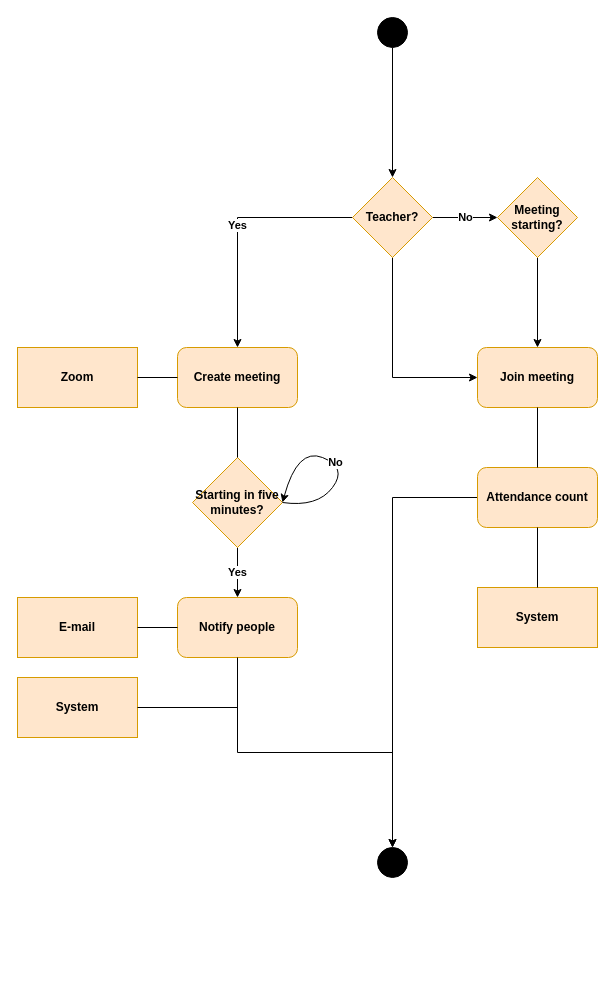
Earlier version of the draw.io diagram page "Activity 1.3" (15 of 21) of Diagrams.drawio (shirrsho/E-shcool). Source tidied: cells renumbered, new cells numbered last; positions are measured from the earlier drawing's top-left corner, leaving out a move shared by most shapes. Both pictures are drawn from the tidied source at 100%, with x=0, y=0 at pixel (17, 17).
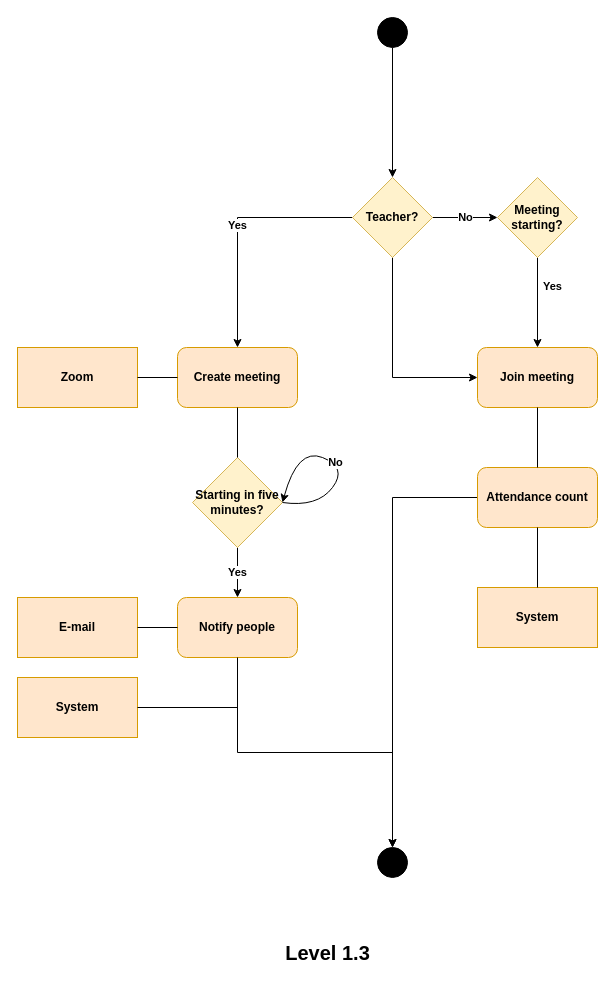
After the change.

The edit, as a diff of the source:
```diff
@@
-    <mxCell id="7" value="Teacher?" style="rhombus;whiteSpace=wrap;html=1;fontStyle=1;fillColor=#ffe6cc;strokeColor=#d79b00;" parent="1" vertex="1">
+    <mxCell id="7" value="Teacher?" style="rhombus;whiteSpace=wrap;html=1;fontStyle=1;fillColor=#fff2cc;strokeColor=#d6b656;" parent="1" vertex="1">
       <mxGeometry x="335" y="160" width="80" height="80" as="geometry" />
     </mxCell>
@@
-    <mxCell id="11" value="Starting in five minutes?" style="rhombus;whiteSpace=wrap;html=1;fontStyle=1;fillColor=#ffe6cc;strokeColor=#d79b00;" parent="1" vertex="1">
+    <mxCell id="11" value="Starting in five minutes?" style="rhombus;whiteSpace=wrap;html=1;fontStyle=1;fillColor=#fff2cc;strokeColor=#d6b656;" parent="1" vertex="1">
       <mxGeometry x="175" y="440" width="90" height="90" as="geometry" />
     </mxCell>
@@
-    <mxCell id="17" value="Meeting starting?" style="rhombus;whiteSpace=wrap;html=1;fontStyle=1;fillColor=#ffe6cc;strokeColor=#d79b00;" parent="1" vertex="1">
+    <mxCell id="17" value="Meeting starting?" style="rhombus;whiteSpace=wrap;html=1;fontStyle=1;fillColor=#fff2cc;strokeColor=#d6b656;" parent="1" vertex="1">
       <mxGeometry x="480" y="160" width="80" height="80" as="geometry" />
     </mxCell>
@@
+    <mxCell id="30" value="&lt;font style=&quot;font-size: 11px&quot;&gt;&lt;b&gt;Yes&lt;/b&gt;&lt;/font&gt;" style="text;html=1;align=center;verticalAlign=middle;strokeColor=none;fillColor=none;fontSize=20;" parent="1" vertex="1">
+      <mxGeometry x="520" y="250" width="30" height="30" as="geometry" />
+    </mxCell>
+    <mxCell id="31" value="&lt;b&gt;Level 1.3&lt;/b&gt;" style="text;html=1;align=center;verticalAlign=middle;strokeColor=none;fillColor=none;fontSize=20;" parent="1" vertex="1">
+      <mxGeometry x="260" y="920" width="100" height="30" as="geometry" />
+    </mxCell>
```
